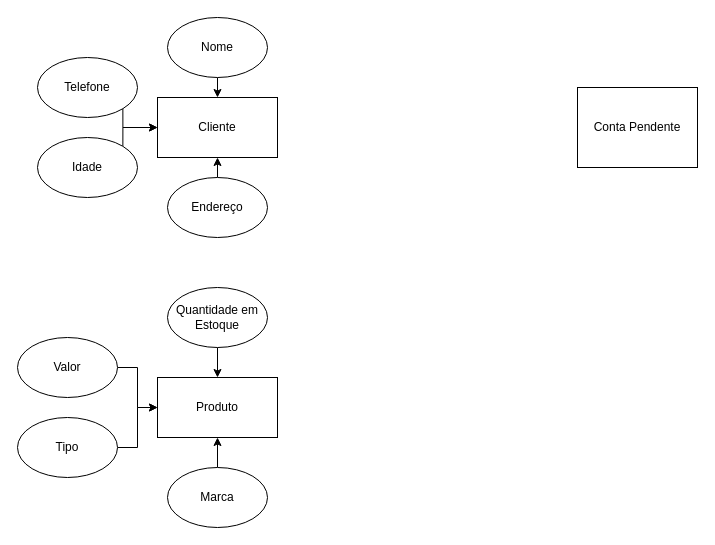
The draw.io diagram Diagrama Entidade-Relacionamento.drawio in XFireYTh/Unimar, before the edit. Source tidied: cells renumbered, new cells numbered last; positions are measured from the earlier drawing's top-left corner, leaving out a move shared by most shapes. Both pictures are drawn from the tidied source at 100%, with x=0, y=0 at pixel (17, 17).
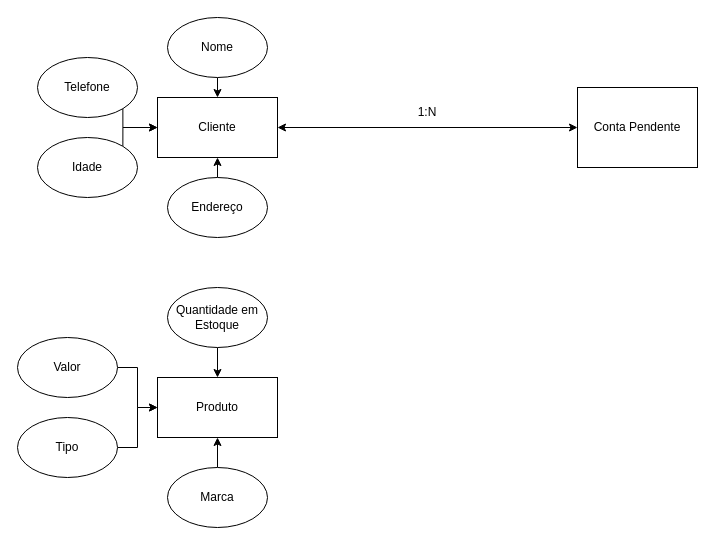
After the change.

The change refers to these unchanged cells:
```xml
<mxCell id="2" value="Conta Pendente" style="rounded=0;whiteSpace=wrap;html=1;" parent="1" vertex="1">
  <mxGeometry x="560" y="70" width="120" height="80" as="geometry" />
</mxCell>
<mxCell id="8" value="Cliente" style="rounded=0;whiteSpace=wrap;html=1;" parent="1" vertex="1">
  <mxGeometry x="140" y="80" width="120" height="60" as="geometry" />
</mxCell>
```

The edit, as a diff of the source:
```diff
@@
+    <mxCell id="21" value="1:N" style="text;html=1;align=center;verticalAlign=middle;whiteSpace=wrap;rounded=0;" parent="1" vertex="1">
+      <mxGeometry x="380" y="80" width="60" height="30" as="geometry" />
+    </mxCell>
+    <mxCell id="22" style="endArrow=classic;startArrow=classic;html=1;rounded=0;entryX=0;entryY=0.5;entryDx=0;entryDy=0;exitX=1;exitY=0.5;exitDx=0;exitDy=0;" parent="1" edge="1" source="8" target="2">
+      <mxGeometry relative="1" as="geometry" />
+    </mxCell>
```
